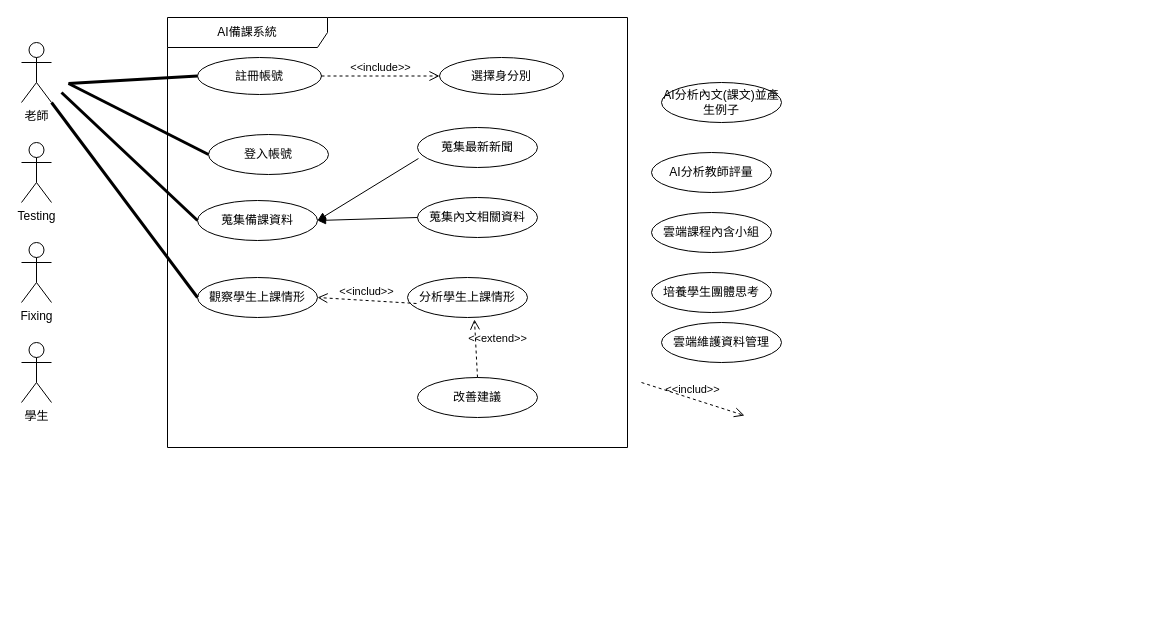
Before: 顧客關係圖.drawio in Kevincheng0804/System-analysis, a draw.io diagram. Source tidied: cells renumbered, new cells numbered last; positions are measured from the earlier drawing's top-left corner, leaving out a move shared by most shapes. Both pictures are drawn from the tidied source at 100%, with x=0, y=0 at pixel (21, 17).
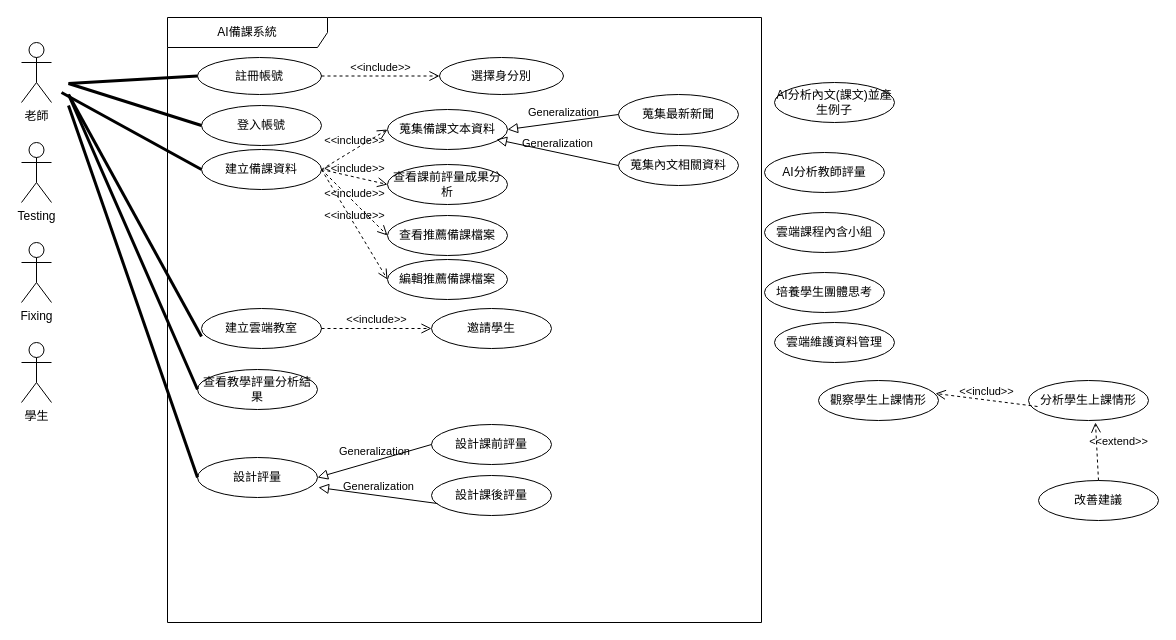
After the change.

Unchanged cells that the change refers to:
```xml
<mxCell id="2" value="&lt;div&gt;老師&lt;/div&gt;&lt;div&gt;&lt;br&gt;&lt;/div&gt;" style="shape=umlActor;verticalLabelPosition=bottom;verticalAlign=top;html=1;" parent="1" vertex="1">
  <mxGeometry y="25" width="30" height="60" as="geometry" />
</mxCell>
```

The edit, as a diff of the source:
```diff
@@
     <mxCell id="5" value="AI備課系統" style="shape=umlFrame;whiteSpace=wrap;html=1;width=160;" parent="1" vertex="1">
-      <mxGeometry x="146" width="460" height="430" as="geometry" />
+      <mxGeometry x="146" width="594" height="605" as="geometry" />
     </mxCell>
-    <mxCell id="6" value="觀察學生上課情形" style="ellipse;html=1;whiteSpace=wrap;" parent="5" vertex="1">
-      <mxGeometry x="30" y="260" width="120" height="40" as="geometry" />
-    </mxCell>
     <mxCell id="7" value="登入帳號" style="ellipse;html=1;whiteSpace=wrap;" parent="5" vertex="1">
-      <mxGeometry x="41" y="117" width="120" height="40" as="geometry" />
+      <mxGeometry x="34" y="88" width="120" height="40" as="geometry" />
     </mxCell>
-    <mxCell id="8" value="&lt;div&gt;蒐集備課資料&lt;/div&gt;" style="ellipse;html=1;whiteSpace=wrap;" parent="5" vertex="1">
-      <mxGeometry x="30" y="183" width="120" height="40" as="geometry" />
+    <mxCell id="8" value="&lt;div&gt;蒐集備課文本資料&lt;/div&gt;" style="ellipse;html=1;whiteSpace=wrap;" parent="5" vertex="1">
+      <mxGeometry x="220" y="92" width="120" height="40" as="geometry" />
     </mxCell>
     <mxCell id="9" value="蒐集最新新聞" style="ellipse;html=1;whiteSpace=wrap;" parent="5" vertex="1">
-      <mxGeometry x="250" y="110" width="120" height="40" as="geometry" />
+      <mxGeometry x="451" y="77" width="120" height="40" as="geometry" />
     </mxCell>
     <mxCell id="10" value="蒐集內文相關資料" style="ellipse;html=1;whiteSpace=wrap;" parent="5" vertex="1">
-      <mxGeometry x="250" y="180" width="120" height="40" as="geometry" />
+      <mxGeometry x="451" y="128" width="120" height="40" as="geometry" />
     </mxCell>
-    <mxCell id="11" style="html=1;verticalAlign=bottom;labelBackgroundColor=none;endArrow=block;endFill=1;rounded=0;entryX=1;entryY=0.5;entryDx=0;entryDy=0;exitX=0;exitY=0.5;exitDx=0;exitDy=0;" parent="5" edge="1" source="10" target="8">
-      <mxGeometry relative="1" as="geometry" />
-    </mxCell>
-    <mxCell id="12" style="html=1;verticalAlign=bottom;labelBackgroundColor=none;endArrow=block;endFill=1;rounded=0;exitX=0.008;exitY=0.775;exitDx=0;exitDy=0;exitPerimeter=0;entryX=1;entryY=0.5;entryDx=0;entryDy=0;" parent="5" edge="1" source="9" target="8">
-      <mxGeometry relative="1" as="geometry" />
-    </mxCell>
-    <mxCell id="13" value="分析學生上課情形" style="ellipse;html=1;whiteSpace=wrap;" parent="5" vertex="1">
-      <mxGeometry x="240" y="260" width="120" height="40" as="geometry" />
-    </mxCell>
-    <mxCell id="14" value="改善建議" style="ellipse;html=1;whiteSpace=wrap;" parent="5" vertex="1">
-      <mxGeometry x="250" y="360" width="120" height="40" as="geometry" />
-    </mxCell>
-    <mxCell id="15" value="&amp;lt;&amp;lt;extend&amp;gt;&amp;gt;" style="endArrow=open;startArrow=none;endFill=0;startFill=0;endSize=8;html=1;verticalAlign=bottom;dashed=1;labelBackgroundColor=none;rounded=0;entryX=0.558;entryY=1.05;entryDx=0;entryDy=0;exitX=0.5;exitY=0;exitDx=0;exitDy=0;entryPerimeter=0;" parent="5" edge="1" source="14" target="13">
-      <mxGeometry y="-22" relative="1" as="geometry" />
-    </mxCell>
-    <mxCell id="16" value="&amp;lt;&amp;lt;includ&amp;gt;&amp;gt;" style="endArrow=open;startArrow=none;endFill=0;startFill=0;endSize=8;html=1;verticalAlign=bottom;dashed=1;labelBackgroundColor=none;rounded=0;exitX=0.075;exitY=0.65;exitDx=0;exitDy=0;exitPerimeter=0;" parent="5" edge="1" source="13">
-      <mxGeometry relative="1" as="geometry">
-        <mxPoint x="150" y="280" as="targetPoint" />
-      </mxGeometry>
-    </mxCell>
@@
+    <mxCell id="12" value="Generalization" style="endArrow=block;html=1;rounded=0;align=center;verticalAlign=bottom;endFill=0;labelBackgroundColor=none;endSize=8;entryX=1;entryY=0.5;entryDx=0;entryDy=0;exitX=0;exitY=0.5;exitDx=0;exitDy=0;" parent="5" edge="1" source="9" target="8">
+      <mxGeometry relative="1" as="geometry" />
+    </mxCell>
+    <mxCell id="31" style="html=1;align=center;verticalAlign=top;labelBackgroundColor=none;" parent="12" vertex="1">
+      <mxGeometry relative="1" as="geometry" />
+    </mxCell>
+    <mxCell id="11" value="Generalization" style="endArrow=block;html=1;rounded=0;align=center;verticalAlign=bottom;endFill=0;labelBackgroundColor=none;endSize=8;exitX=0;exitY=0.5;exitDx=0;exitDy=0;entryX=0.908;entryY=0.75;entryDx=0;entryDy=0;entryPerimeter=0;" parent="5" edge="1" source="10" target="8">
+      <mxGeometry relative="1" as="geometry" />
+    </mxCell>
+    <mxCell id="32" style="html=1;align=center;verticalAlign=top;labelBackgroundColor=none;" parent="11" vertex="1">
+      <mxGeometry relative="1" as="geometry" />
+    </mxCell>
+    <mxCell id="33" value="建立雲端教室" style="ellipse;html=1;whiteSpace=wrap;" parent="5" vertex="1">
+      <mxGeometry x="34" y="291" width="120" height="40" as="geometry" />
+    </mxCell>
+    <mxCell id="34" value="邀請學生" style="ellipse;html=1;whiteSpace=wrap;" parent="5" vertex="1">
+      <mxGeometry x="264" y="291" width="120" height="40" as="geometry" />
+    </mxCell>
+    <mxCell id="35" value="&amp;lt;&amp;lt;include&amp;gt;&amp;gt;" style="endArrow=open;startArrow=none;endFill=0;startFill=0;endSize=8;html=1;verticalAlign=bottom;dashed=1;labelBackgroundColor=none;rounded=0;exitX=1;exitY=0.5;exitDx=0;exitDy=0;entryX=0;entryY=0.5;entryDx=0;entryDy=0;" parent="5" edge="1" source="33" target="34">
+      <mxGeometry relative="1" as="geometry" />
+    </mxCell>
+    <mxCell id="36" value="建立備課資料" style="ellipse;html=1;whiteSpace=wrap;" parent="5" vertex="1">
+      <mxGeometry x="34" y="132" width="120" height="40" as="geometry" />
+    </mxCell>
+    <mxCell id="37" value="&amp;lt;&amp;lt;include&amp;gt;&amp;gt;" style="endArrow=open;startArrow=none;endFill=0;startFill=0;endSize=8;html=1;verticalAlign=bottom;dashed=1;labelBackgroundColor=none;rounded=0;exitX=1;exitY=0.5;exitDx=0;exitDy=0;entryX=0;entryY=0.5;entryDx=0;entryDy=0;" parent="5" edge="1" source="36" target="8">
+      <mxGeometry relative="1" as="geometry" />
+    </mxCell>
+    <mxCell id="38" value="查看推薦備課檔案" style="ellipse;html=1;whiteSpace=wrap;" parent="5" vertex="1">
+      <mxGeometry x="220" y="198" width="120" height="40" as="geometry" />
+    </mxCell>
+    <mxCell id="39" value="&lt;div&gt;查看課前評量成果分析&lt;/div&gt;" style="ellipse;html=1;whiteSpace=wrap;" parent="5" vertex="1">
+      <mxGeometry x="220" y="147" width="120" height="40" as="geometry" />
+    </mxCell>
+    <mxCell id="40" value="編輯推薦備課檔案" style="ellipse;html=1;whiteSpace=wrap;" parent="5" vertex="1">
+      <mxGeometry x="220" y="242" width="120" height="40" as="geometry" />
+    </mxCell>
+    <mxCell id="41" value="&amp;lt;&amp;lt;include&amp;gt;&amp;gt;" style="endArrow=open;startArrow=none;endFill=0;startFill=0;endSize=8;html=1;verticalAlign=bottom;dashed=1;labelBackgroundColor=none;rounded=0;exitX=1;exitY=0.5;exitDx=0;exitDy=0;entryX=0;entryY=0.5;entryDx=0;entryDy=0;" parent="5" edge="1" source="36" target="39">
+      <mxGeometry relative="1" as="geometry" />
+    </mxCell>
+    <mxCell id="42" value="&amp;lt;&amp;lt;include&amp;gt;&amp;gt;" style="endArrow=open;startArrow=none;endFill=0;startFill=0;endSize=8;html=1;verticalAlign=bottom;dashed=1;labelBackgroundColor=none;rounded=0;exitX=1;exitY=0.5;exitDx=0;exitDy=0;entryX=0;entryY=0.5;entryDx=0;entryDy=0;" parent="5" edge="1" source="36" target="40">
+      <mxGeometry relative="1" as="geometry" />
+    </mxCell>
+    <mxCell id="43" value="&amp;lt;&amp;lt;include&amp;gt;&amp;gt;" style="endArrow=open;startArrow=none;endFill=0;startFill=0;endSize=8;html=1;verticalAlign=bottom;dashed=1;labelBackgroundColor=none;rounded=0;exitX=1;exitY=0.5;exitDx=0;exitDy=0;entryX=0;entryY=0.5;entryDx=0;entryDy=0;" parent="5" edge="1" source="36" target="38">
+      <mxGeometry relative="1" as="geometry" />
+    </mxCell>
+    <mxCell id="44" value="查看教學評量分析結果" style="ellipse;html=1;whiteSpace=wrap;" parent="5" vertex="1">
+      <mxGeometry x="30" y="352" width="120" height="40" as="geometry" />
+    </mxCell>
+    <mxCell id="45" value="設計評量" style="ellipse;html=1;whiteSpace=wrap;" parent="5" vertex="1">
+      <mxGeometry x="30" y="440" width="120" height="40" as="geometry" />
+    </mxCell>
+    <mxCell id="46" value="設計課前評量" style="ellipse;html=1;whiteSpace=wrap;" parent="5" vertex="1">
+      <mxGeometry x="264" y="407" width="120" height="40" as="geometry" />
+    </mxCell>
+    <mxCell id="47" value="設計課後評量" style="ellipse;html=1;whiteSpace=wrap;" parent="5" vertex="1">
+      <mxGeometry x="264" y="458" width="120" height="40" as="geometry" />
+    </mxCell>
+    <mxCell id="48" value="Generalization" style="endArrow=block;html=1;rounded=0;align=center;verticalAlign=bottom;endFill=0;labelBackgroundColor=none;endSize=8;entryX=1.008;entryY=0.75;entryDx=0;entryDy=0;entryPerimeter=0;exitX=0.05;exitY=0.7;exitDx=0;exitDy=0;exitPerimeter=0;" parent="5" edge="1" source="47" target="45">
+      <mxGeometry relative="1" as="geometry" />
+    </mxCell>
+    <mxCell id="49" style="html=1;align=center;verticalAlign=top;labelBackgroundColor=none;" parent="48" vertex="1">
+      <mxGeometry relative="1" as="geometry" />
+    </mxCell>
+    <mxCell id="50" value="Generalization" style="endArrow=block;html=1;rounded=0;align=center;verticalAlign=bottom;endFill=0;labelBackgroundColor=none;endSize=8;entryX=1;entryY=0.5;entryDx=0;entryDy=0;exitX=0;exitY=0.5;exitDx=0;exitDy=0;" parent="5" edge="1" source="46" target="45">
+      <mxGeometry relative="1" as="geometry" />
+    </mxCell>
+    <mxCell id="51" style="html=1;align=center;verticalAlign=top;labelBackgroundColor=none;" parent="50" vertex="1">
+      <mxGeometry relative="1" as="geometry" />
+    </mxCell>
     <mxCell id="20" value="培養學生團體思考" style="ellipse;html=1;whiteSpace=wrap;" parent="1" vertex="1">
-      <mxGeometry x="630" y="255" width="120" height="40" as="geometry" />
+      <mxGeometry x="743" y="255" width="120" height="40" as="geometry" />
     </mxCell>
     <mxCell id="21" value="雲端課程內含小組" style="ellipse;html=1;whiteSpace=wrap;" parent="1" vertex="1">
-      <mxGeometry x="630" y="195" width="120" height="40" as="geometry" />
+      <mxGeometry x="743" y="195" width="120" height="40" as="geometry" />
     </mxCell>
     <mxCell id="22" value="AI分析教師評量" style="ellipse;html=1;whiteSpace=wrap;" parent="1" vertex="1">
-      <mxGeometry x="630" y="135" width="120" height="40" as="geometry" />
+      <mxGeometry x="743" y="135" width="120" height="40" as="geometry" />
     </mxCell>
     <mxCell id="23" value="AI分析內文(課文)並產生例子" style="ellipse;html=1;whiteSpace=wrap;" parent="1" vertex="1">
-      <mxGeometry x="640" y="65" width="120" height="40" as="geometry" />
+      <mxGeometry x="753" y="65" width="120" height="40" as="geometry" />
     </mxCell>
     <mxCell id="24" value="雲端維護資料管理" style="ellipse;html=1;whiteSpace=wrap;" parent="1" vertex="1">
-      <mxGeometry x="640" y="305" width="120" height="40" as="geometry" />
+      <mxGeometry x="753" y="305" width="120" height="40" as="geometry" />
     </mxCell>
-    <mxCell id="25" value="&amp;lt;&amp;lt;includ&amp;gt;&amp;gt;" style="endArrow=open;startArrow=none;endFill=0;startFill=0;endSize=8;html=1;verticalAlign=bottom;dashed=1;labelBackgroundColor=none;rounded=0;entryX=0;entryY=0.5;entryDx=0;entryDy=0;exitX=0.975;exitY=0.675;exitDx=0;exitDy=0;exitPerimeter=0;" parent="1" edge="1">
-      <mxGeometry relative="1" as="geometry">
-        <mxPoint x="620" y="365" as="sourcePoint" />
-        <mxPoint x="723" y="398" as="targetPoint" />
-      </mxGeometry>
-    </mxCell>
-    <mxCell id="26" style="endArrow=none;startArrow=none;endFill=0;startFill=0;endSize=8;html=1;verticalAlign=bottom;labelBackgroundColor=none;strokeWidth=3;rounded=0;entryX=0;entryY=0.5;entryDx=0;entryDy=0;" parent="1" edge="1" target="8">
+    <mxCell id="26" style="endArrow=none;startArrow=none;endFill=0;startFill=0;endSize=8;html=1;verticalAlign=bottom;labelBackgroundColor=none;strokeWidth=3;rounded=0;entryX=0;entryY=0.5;entryDx=0;entryDy=0;" parent="1" edge="1" target="36">
       <mxGeometry relative="1" as="geometry">
         <mxPoint x="40" y="75" as="sourcePoint" />
       </mxGeometry>
     </mxCell>
-    <mxCell id="27" style="endArrow=none;startArrow=none;endFill=0;startFill=0;endSize=8;html=1;verticalAlign=bottom;labelBackgroundColor=none;strokeWidth=3;rounded=0;entryX=0;entryY=0.5;entryDx=0;entryDy=0;exitX=1;exitY=1;exitDx=0;exitDy=0;exitPerimeter=0;" parent="1" edge="1" source="2" target="6">
-      <mxGeometry relative="1" as="geometry" />
-    </mxCell>
@@
+    <mxCell id="52" style="endArrow=none;startArrow=none;endFill=0;startFill=0;endSize=8;html=1;verticalAlign=bottom;labelBackgroundColor=none;strokeWidth=3;rounded=0;entryX=0;entryY=0.7;entryDx=0;entryDy=0;entryPerimeter=0;" parent="1" edge="1" target="33">
+      <mxGeometry relative="1" as="geometry">
+        <mxPoint x="47" y="77" as="sourcePoint" />
+      </mxGeometry>
+    </mxCell>
+    <mxCell id="6" value="觀察學生上課情形" style="ellipse;html=1;whiteSpace=wrap;" parent="1" vertex="1">
+      <mxGeometry x="797" y="363" width="120" height="40" as="geometry" />
+    </mxCell>
+    <mxCell id="13" value="分析學生上課情形" style="ellipse;html=1;whiteSpace=wrap;" parent="1" vertex="1">
+      <mxGeometry x="1007" y="363" width="120" height="40" as="geometry" />
+    </mxCell>
+    <mxCell id="14" value="改善建議" style="ellipse;html=1;whiteSpace=wrap;" parent="1" vertex="1">
+      <mxGeometry x="1017" y="463" width="120" height="40" as="geometry" />
+    </mxCell>
+    <mxCell id="16" value="&amp;lt;&amp;lt;includ&amp;gt;&amp;gt;" style="endArrow=open;startArrow=none;endFill=0;startFill=0;endSize=8;html=1;verticalAlign=bottom;dashed=1;labelBackgroundColor=none;rounded=0;exitX=0.075;exitY=0.65;exitDx=0;exitDy=0;exitPerimeter=0;entryX=0.975;entryY=0.325;entryDx=0;entryDy=0;entryPerimeter=0;" parent="1" edge="1" source="13" target="6">
+      <mxGeometry relative="1" as="geometry" />
+    </mxCell>
+    <mxCell id="15" value="&amp;lt;&amp;lt;extend&amp;gt;&amp;gt;" style="endArrow=open;startArrow=none;endFill=0;startFill=0;endSize=8;html=1;verticalAlign=bottom;dashed=1;labelBackgroundColor=none;rounded=0;entryX=0.558;entryY=1.05;entryDx=0;entryDy=0;exitX=0.5;exitY=0;exitDx=0;exitDy=0;entryPerimeter=0;" parent="1" edge="1" source="14" target="13">
+      <mxGeometry y="-22" relative="1" as="geometry" />
+    </mxCell>
+    <mxCell id="53" style="endArrow=none;startArrow=none;endFill=0;startFill=0;endSize=8;html=1;verticalAlign=bottom;labelBackgroundColor=none;strokeWidth=3;rounded=0;entryX=0;entryY=0.5;entryDx=0;entryDy=0;" parent="1" edge="1" target="45">
+      <mxGeometry relative="1" as="geometry">
+        <mxPoint x="47" y="88" as="sourcePoint" />
+      </mxGeometry>
+    </mxCell>
+    <mxCell id="54" style="endArrow=none;startArrow=none;endFill=0;startFill=0;endSize=8;html=1;verticalAlign=bottom;labelBackgroundColor=none;strokeWidth=3;rounded=0;entryX=0;entryY=0.5;entryDx=0;entryDy=0;" parent="1" edge="1" target="44">
+      <mxGeometry relative="1" as="geometry">
+        <mxPoint x="47" y="77" as="sourcePoint" />
+      </mxGeometry>
+    </mxCell>
```
